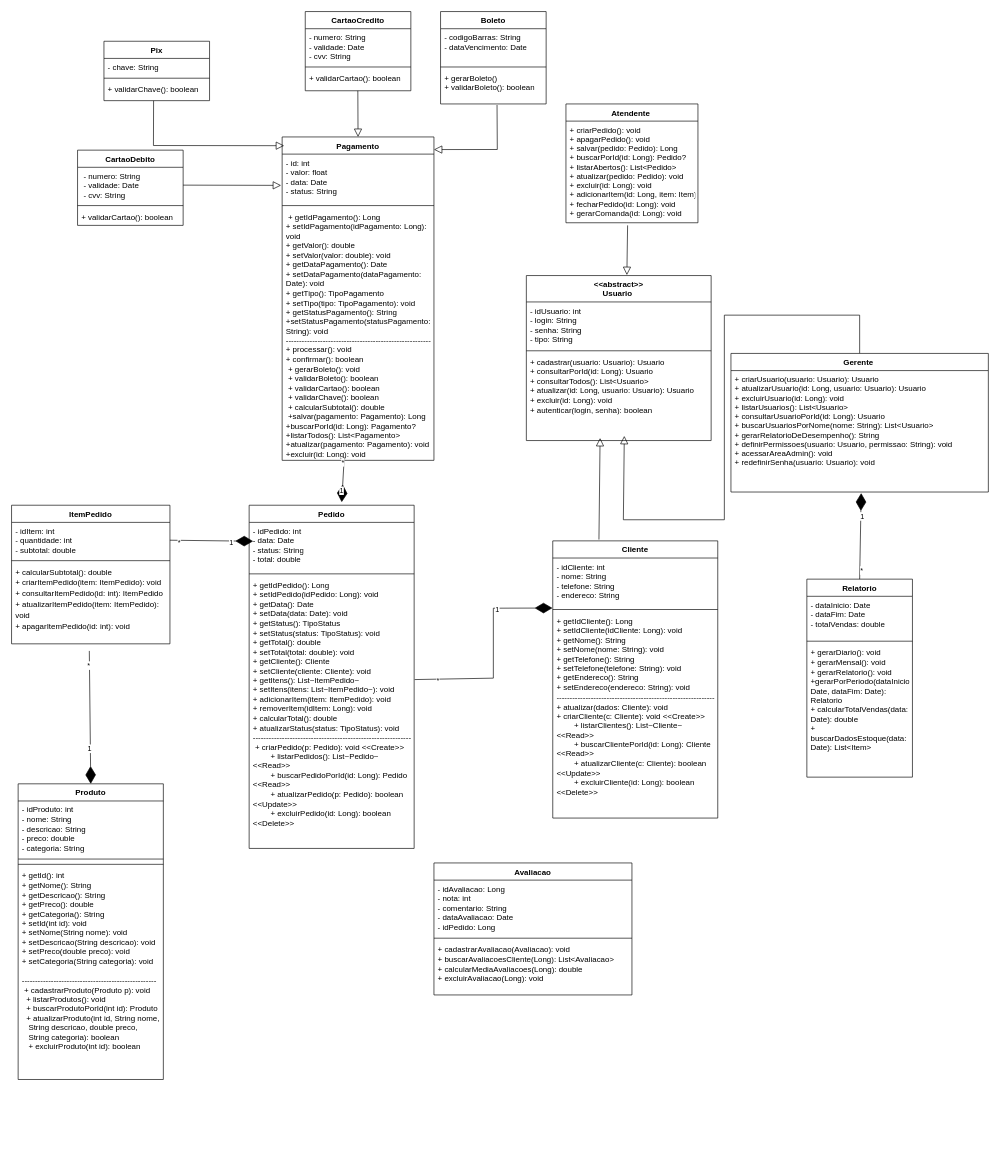
Above: target/classes/com/tecdes/pedido/model/DiagramaDeClasses.drawio in braianhoeltgebaum-senai/gestor-pedidos-solid-arquivo (draw.io), before the change. Source tidied: cells renumbered, new cells numbered last; positions are measured from the earlier drawing's top-left corner, leaving out a move shared by most shapes. Both pictures are drawn from the tidied source at 66%, with x=0, y=0 at pixel (11, 11).
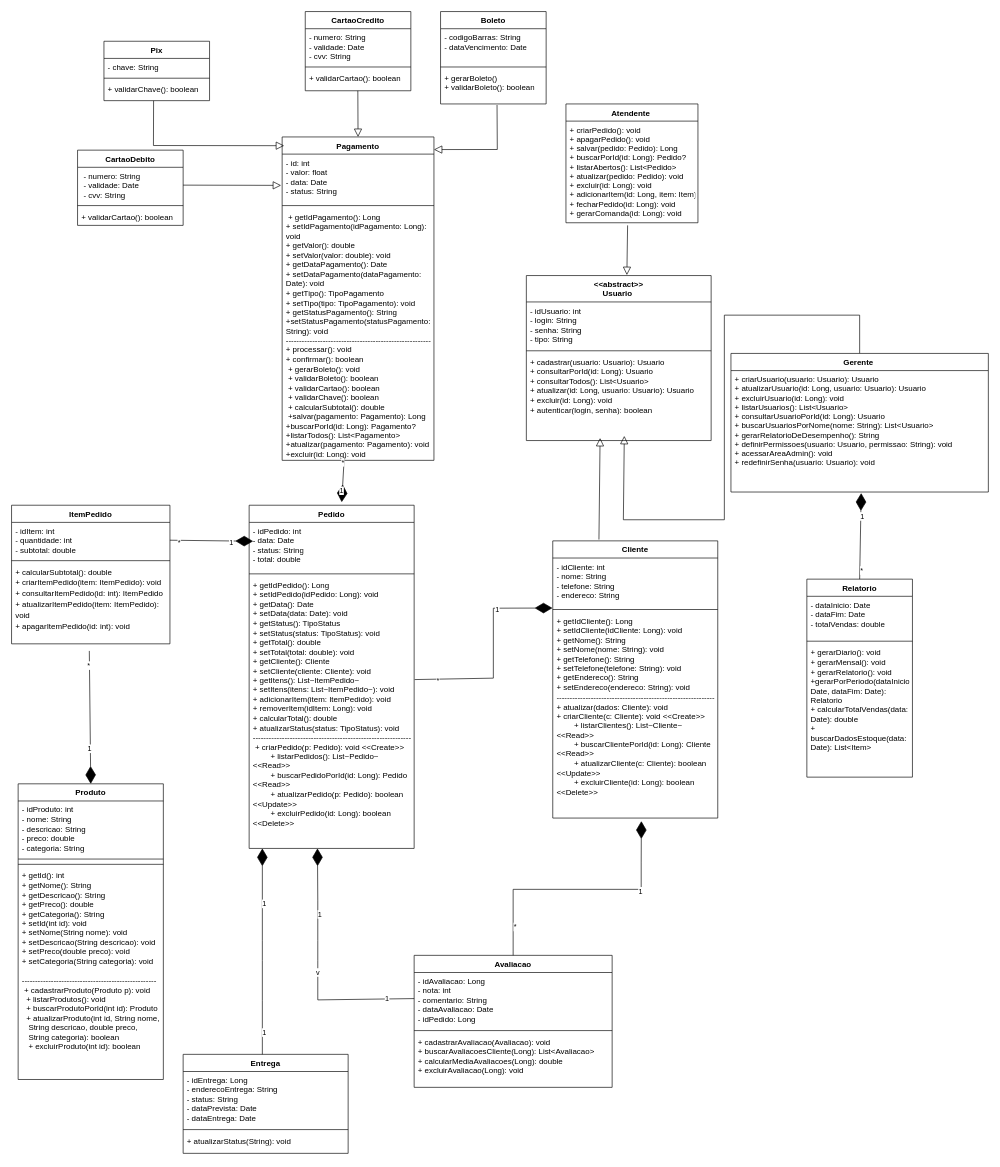
After the change.

Commit message (it also covers changes not shown here):
Entrega - Dju

The change refers to these unchanged cells:
```xml
<mxCell id="51" value="+ getIdCliente(): Long&lt;br&gt;  + setIdCliente(idCliente: Long): void&lt;br&gt;  + getNome(): String&lt;br&gt;  + setNome(nome: String): void&lt;br&gt;  + getTelefone(): String&lt;br&gt;  + setTelefone(telefone: String): void&lt;br&gt;  + getEndereco(): String&lt;br&gt;  + setEndereco(endereco: String): void&lt;br&gt;  ------------------------------------------------------------&lt;br&gt;  + atualizar(dados: Cliente): void&lt;div&gt;&lt;div&gt;+ criarCliente(c: Cliente): void &amp;lt;&amp;lt;Create&amp;gt;&amp;gt;&lt;/div&gt;&lt;div&gt;&amp;nbsp; &amp;nbsp; &amp;nbsp; &amp;nbsp; + listarClientes(): List~Cliente~ &amp;lt;&amp;lt;Read&amp;gt;&amp;gt;&lt;/div&gt;&lt;div&gt;&amp;nbsp; &amp;nbsp; &amp;nbsp; &amp;nbsp; + buscarClientePorId(id: Long): Cliente &amp;lt;&amp;lt;Read&amp;gt;&amp;gt;&lt;/div&gt;&lt;div&gt;&amp;nbsp; &amp;nbsp; &amp;nbsp; &amp;nbsp; + atualizarCliente(c: Cliente): boolean &amp;lt;&amp;lt;Update&amp;gt;&amp;gt;&lt;/div&gt;&lt;div&gt;&amp;nbsp; &amp;nbsp; &amp;nbsp; &amp;nbsp; + excluirCliente(id: Long): boolean &amp;lt;&amp;lt;Delete&amp;gt;&amp;gt;&lt;/div&gt;&lt;/div&gt;" style="text;strokeColor=none;fillColor=none;align=left;verticalAlign=top;spacingLeft=4;spacingRight=4;overflow=hidden;points=[[0,0.5],[1,0.5]];portConstraint=eastwest;whiteSpace=wrap;html=1;" parent="48" vertex="1">
  <mxGeometry y="108" width="250" height="312" as="geometry" />
</mxCell>
```

Diff of the diagram source:
```diff
@@
     <mxCell id="73" value="Avaliacao" style="swimlane;fontStyle=1;align=center;verticalAlign=top;horizontal=1;startSize=26;whiteSpace=wrap;html=1;" parent="1" vertex="1">
-      <mxGeometry x="640" y="1290" width="300" height="200" as="geometry" />
+      <mxGeometry x="610" y="1430" width="300" height="200" as="geometry" />
     </mxCell>
@@
+    <mxCell id="77" style="endArrow=diamondThin;endFill=1;endSize=24;html=1;rounded=0;entryX=0.537;entryY=1.015;entryDx=0;entryDy=0;entryPerimeter=0;exitX=0.5;exitY=0;exitDx=0;exitDy=0;" parent="1" edge="1" source="73" target="51">
+      <mxGeometry relative="1" as="geometry">
+        <Array as="points">
+          <mxPoint x="760" y="1330" />
+          <mxPoint x="954" y="1330" />
+          <mxPoint x="954" y="1290" />
+        </Array>
+      </mxGeometry>
+    </mxCell>
+    <mxCell id="78" value="1" style="edgeLabel;html=1;align=center;verticalAlign=middle;" parent="77" vertex="1">
+      <mxGeometry x="0.47" y="-2" relative="1" as="geometry" />
+    </mxCell>
+    <mxCell id="79" value="*" style="edgeLabel;html=1;align=center;verticalAlign=middle;" parent="77" vertex="1">
+      <mxGeometry x="-0.78" y="-2" relative="1" as="geometry" />
+    </mxCell>
+    <mxCell id="80" value="v" style="endArrow=diamondThin;endFill=1;endSize=24;html=1;rounded=0;entryX=0.414;entryY=1.006;entryDx=0;entryDy=0;entryPerimeter=0;exitX=0;exitY=0.5;exitDx=0;exitDy=0;" parent="1" edge="1">
+      <mxGeometry relative="1" as="geometry">
+        <mxPoint x="610" y="1495.5" as="sourcePoint" />
+        <mxPoint x="463.5" y="1268" as="targetPoint" />
+        <Array as="points">
+          <mxPoint x="464" y="1497.5" />
+          <mxPoint x="464" y="1437.5" />
+          <mxPoint x="464" y="1407.5" />
+          <mxPoint x="464" y="1347.5" />
+        </Array>
+      </mxGeometry>
+    </mxCell>
+    <mxCell id="81" value="1" style="edgeLabel;html=1;align=center;verticalAlign=middle;" parent="80" vertex="1">
+      <mxGeometry x="0.47" y="-2" relative="1" as="geometry" />
+    </mxCell>
+    <mxCell id="82" value="1" style="edgeLabel;html=1;align=center;verticalAlign=middle;" parent="80" vertex="1">
+      <mxGeometry x="-0.78" y="-2" relative="1" as="geometry" />
+    </mxCell>
+    <mxCell id="83" value="Entrega" style="swimlane;fontStyle=1;align=center;verticalAlign=top;horizontal=1;startSize=26;whiteSpace=wrap;html=1;" parent="1" vertex="1">
+      <mxGeometry x="260" y="1580" width="250" height="150" as="geometry" />
+    </mxCell>
+    <mxCell id="84" value="- idEntrega: Long&amp;nbsp;&lt;div&gt;&lt;span style=&quot;background-color: transparent;&quot;&gt;- enderecoEntrega: String&lt;/span&gt;&lt;/div&gt;&lt;div&gt;&lt;span style=&quot;background-color: transparent;&quot;&gt;- status: String&lt;br/&gt;        - dataPrevista: Date&amp;nbsp;&lt;/span&gt;&lt;/div&gt;&lt;div&gt;&lt;span style=&quot;background-color: transparent;&quot;&gt;- dataEntrega: Date&lt;/span&gt;&lt;/div&gt;" style="text;strokeColor=none;fillColor=none;align=left;verticalAlign=top;spacingLeft=4;spacingRight=4;overflow=hidden;whiteSpace=wrap;html=1;" parent="83" vertex="1">
+      <mxGeometry y="26" width="250" height="84" as="geometry" />
+    </mxCell>
+    <mxCell id="85" style="line;strokeWidth=1;fillColor=none;align=left;verticalAlign=middle;spacingTop=-1;spacingLeft=3;spacingRight=3;labelPosition=right;strokeColor=inherit;" parent="83" vertex="1">
+      <mxGeometry y="110" width="250" height="8" as="geometry" />
+    </mxCell>
+    <mxCell id="86" value="+ atualizarStatus(String): void" style="text;strokeColor=none;fillColor=none;align=left;verticalAlign=top;spacingLeft=4;spacingRight=4;overflow=hidden;whiteSpace=wrap;html=1;" parent="83" vertex="1">
+      <mxGeometry y="118" width="250" height="32" as="geometry" />
+    </mxCell>
+    <mxCell id="87" style="endArrow=diamondThin;endFill=1;endSize=24;html=1;rounded=0;entryX=0.414;entryY=1.006;entryDx=0;entryDy=0;entryPerimeter=0;" parent="1" edge="1">
+      <mxGeometry relative="1" as="geometry">
+        <mxPoint x="380" y="1580" as="sourcePoint" />
+        <mxPoint x="380" y="1268" as="targetPoint" />
+        <Array as="points">
+          <mxPoint x="380" y="1498" />
+          <mxPoint x="380" y="1438" />
+          <mxPoint x="380" y="1408" />
+          <mxPoint x="380" y="1348" />
+        </Array>
+      </mxGeometry>
+    </mxCell>
+    <mxCell id="88" value="1" style="edgeLabel;html=1;align=center;verticalAlign=middle;" parent="87" vertex="1">
+      <mxGeometry x="0.47" y="-2" relative="1" as="geometry" />
+    </mxCell>
+    <mxCell id="89" value="1" style="edgeLabel;html=1;align=center;verticalAlign=middle;" parent="87" vertex="1">
+      <mxGeometry x="-0.78" y="-2" relative="1" as="geometry" />
+    </mxCell>
```
